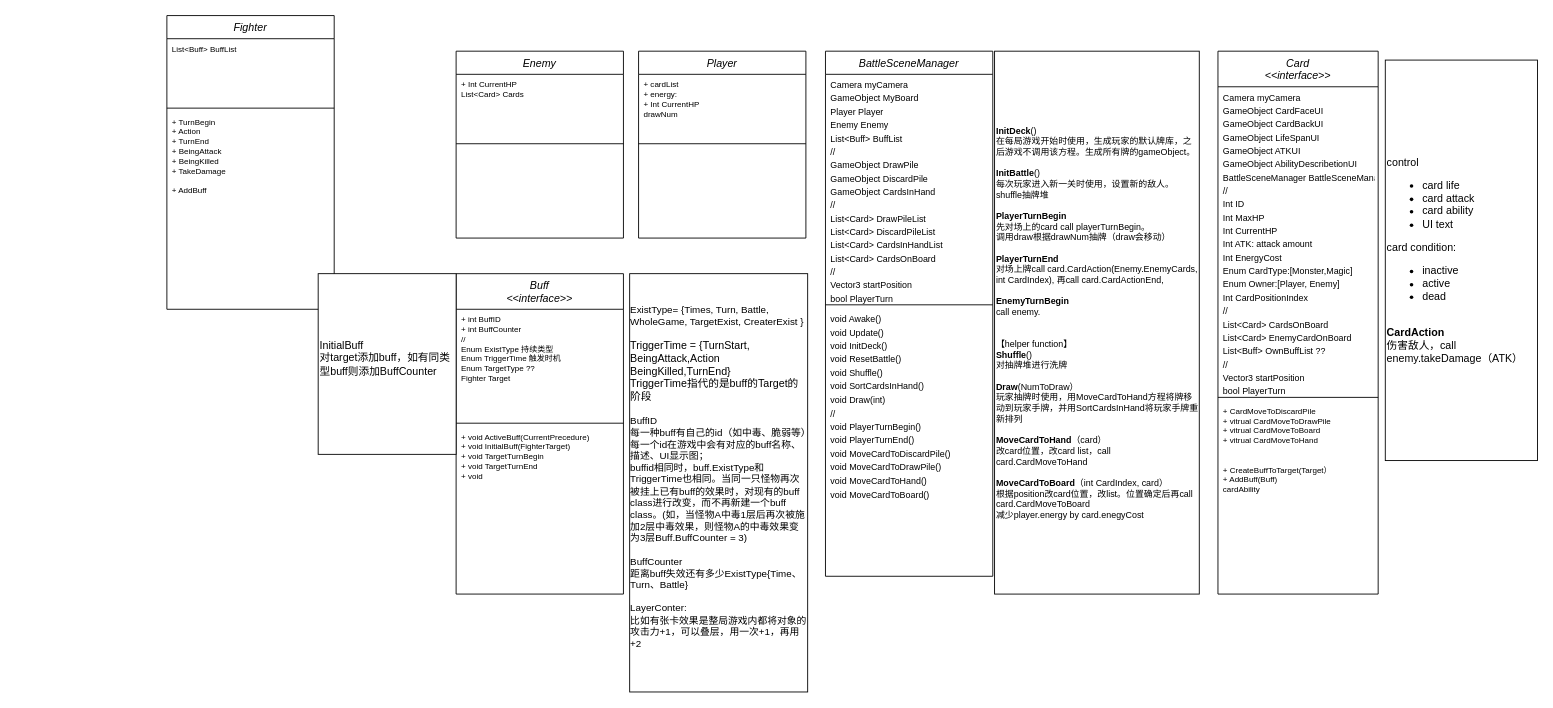
This is cardgame.drawio from yemiliey/ScuffTheSpire, a draw.io file, before an edit. Source tidied: cells renumbered, new cells numbered last; positions are measured from the earlier drawing's top-left corner, leaving out a move shared by most shapes. Both pictures are drawn from the tidied source at 89%, with x=0, y=0 at pixel (166, 15).
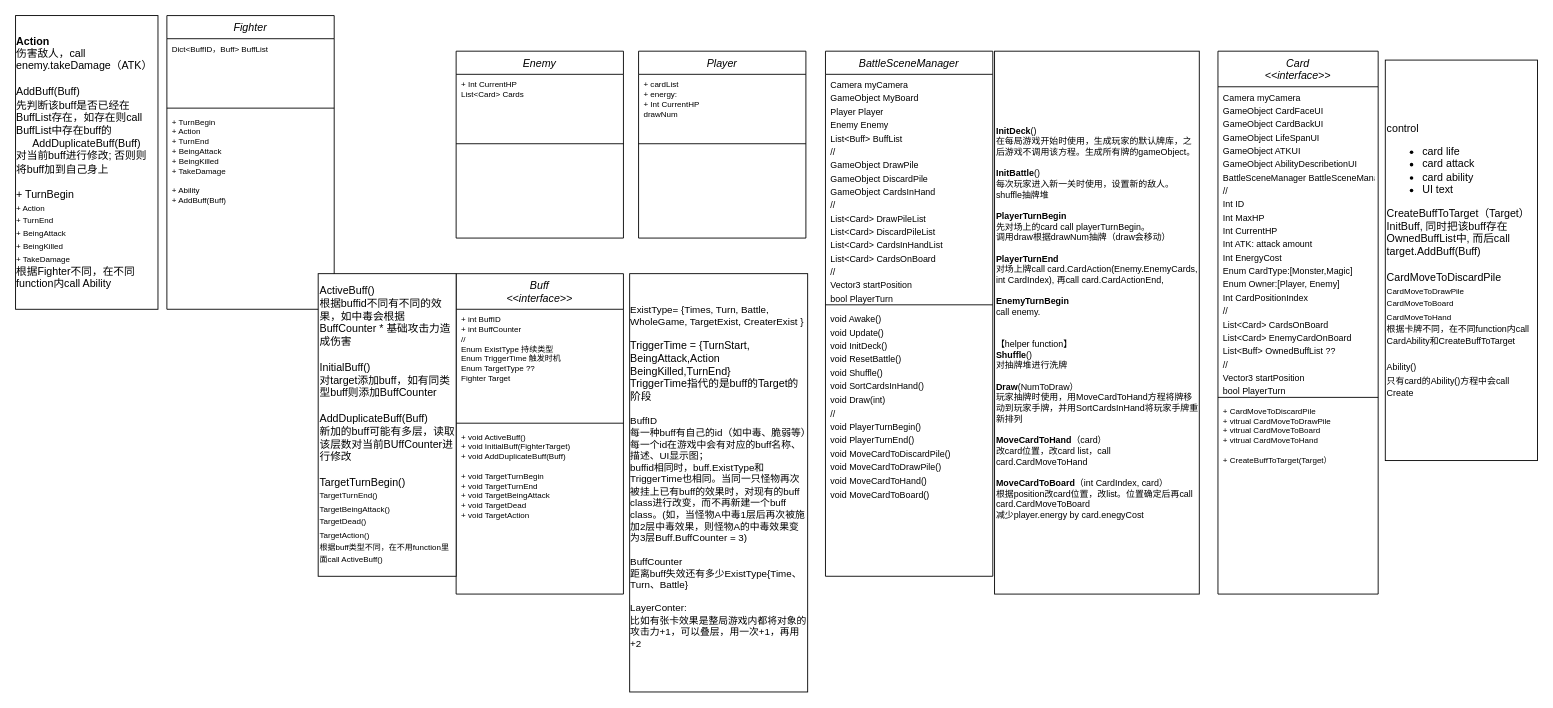
Above is the later version.

Unchanged cells that the change refers to:
```xml
<mxCell id="36" value="Card&#10;&lt;&lt;interface&gt;&gt;" style="swimlane;fontStyle=2;align=center;verticalAlign=top;horizontal=1;startSize=40;rounded=0;shadow=0;strokeWidth=1;fontSize=12;" parent="1" vertex="1">
  <mxGeometry x="1181" y="40" width="180" height="610" as="geometry" />
</mxCell>
<mxCell id="68" value="Buff&#10;&lt;&lt;interface&gt;&gt;" style="swimlane;fontStyle=2;align=center;verticalAlign=top;horizontal=1;startSize=40;rounded=0;shadow=0;strokeWidth=1;fontSize=12;" parent="1" vertex="1">
  <mxGeometry x="325" y="290" width="188" height="360" as="geometry" />
</mxCell>
<mxCell id="74" value="Fighter" style="swimlane;fontStyle=2;align=center;verticalAlign=top;horizontal=1;startSize=26;rounded=0;shadow=0;strokeWidth=1;fontSize=12;" parent="1" vertex="1">
  <mxGeometry width="188" height="330" as="geometry" />
</mxCell>
```

What changed in the source:
```diff
@@
-    <mxCell id="56" value="List&lt;Buff&gt; OwnBuffList ??" style="text;align=left;verticalAlign=top;spacingLeft=4;spacingRight=4;overflow=hidden;fontSize=10;" parent="36" vertex="1">
+    <mxCell id="56" value="List&lt;Buff&gt; OwnedBuffList ??" style="text;align=left;verticalAlign=top;spacingLeft=4;spacingRight=4;overflow=hidden;fontSize=10;" parent="36" vertex="1">
       <mxGeometry y="325" width="180" height="15" as="geometry" />
     </mxCell>
@@
-    <mxCell id="61" value="+ CardMoveToDiscardPile&#10;+ vitrual CardMoveToDrawPile&#10;+ vitrual CardMoveToBoard&#10;+ vitrual CardMoveToHand&#10;&#10;&#10;+ CreateBuffToTarget(Target）&#10;+ AddBuff(Buff)&#10;cardAbility&#10;" style="text;align=left;verticalAlign=top;spacingLeft=4;spacingRight=4;overflow=hidden;fontSize=9;spacing=2;spacingBottom=0;spacingTop=0;" parent="36" vertex="1">
+    <mxCell id="61" value="+ CardMoveToDiscardPile&#10;+ vitrual CardMoveToDrawPile&#10;+ vitrual CardMoveToBoard&#10;+ vitrual CardMoveToHand&#10;&#10;+ CreateBuffToTarget(Target）&#10;" style="text;align=left;verticalAlign=top;spacingLeft=4;spacingRight=4;overflow=hidden;fontSize=9;spacing=2;spacingBottom=0;spacingTop=0;" parent="36" vertex="1">
       <mxGeometry y="393" width="180" height="217" as="geometry" />
     </mxCell>
@@
-    <mxCell id="71" value="+ void ActiveBuff(CurrentPrecedure)&#10;+ void InitialBuff(FighterTarget)&#10;+ void TargetTurnBegin&#10;+ void TargetTurnEnd&#10;+ void &#10;" style="text;align=left;verticalAlign=top;spacingLeft=4;spacingRight=4;overflow=hidden;fontSize=9;" parent="68" vertex="1">
+    <mxCell id="71" value="+ void ActiveBuff()&#10;+ void InitialBuff(FighterTarget)&#10;+ void AddDuplicateBuff(Buff)&#10;&#10;+ void TargetTurnBegin&#10;+ void TargetTurnEnd&#10;+ void TargetBeingAttack&#10;+ void TargetDead&#10;+ void TargetAction&#10;" style="text;align=left;verticalAlign=top;spacingLeft=4;spacingRight=4;overflow=hidden;fontSize=9;" parent="68" vertex="1">
       <mxGeometry y="172" width="188" height="168" as="geometry" />
     </mxCell>
@@
-    <mxCell id="73" value="control&lt;br&gt;&lt;ul&gt;&lt;li&gt;card life&lt;/li&gt;&lt;li&gt;card attack&lt;/li&gt;&lt;li&gt;card ability&lt;/li&gt;&lt;li&gt;UI text&lt;/li&gt;&lt;/ul&gt;card condition:&lt;br&gt;&lt;ul&gt;&lt;li&gt;inactive&lt;/li&gt;&lt;li&gt;active&lt;/li&gt;&lt;li&gt;dead&lt;/li&gt;&lt;/ul&gt;&lt;div&gt;&lt;br&gt;&lt;/div&gt;&lt;div&gt;&lt;b&gt;CardAction&lt;/b&gt;&lt;/div&gt;&lt;div&gt;伤害敌人，call enemy.takeDamage（ATK）&lt;/div&gt;" style="rounded=0;whiteSpace=wrap;html=1;align=left;" parent="1" vertex="1">
+    <mxCell id="73" value="control&lt;br&gt;&lt;ul&gt;&lt;li&gt;card life&lt;/li&gt;&lt;li&gt;card attack&lt;/li&gt;&lt;li&gt;card ability&lt;/li&gt;&lt;li&gt;UI text&lt;/li&gt;&lt;/ul&gt;&lt;div&gt;CreateBuffToTarget（Target）&lt;/div&gt;&lt;div&gt;InitBuff, 同时把该buff存在OwnedBuffList中, 而后call target.AddBuff(Buff)&lt;/div&gt;&lt;div&gt;&lt;br&gt;&lt;/div&gt;&lt;div&gt;CardMoveToDiscardPile&lt;br style=&quot;border-color: var(--border-color); padding: 0px; margin: 0px; font-size: 9px;&quot;&gt;&lt;span style=&quot;font-size: 9px;&quot;&gt;CardMoveToDrawPile&lt;/span&gt;&lt;br style=&quot;border-color: var(--border-color); padding: 0px; margin: 0px; font-size: 9px;&quot;&gt;&lt;span style=&quot;font-size: 9px;&quot;&gt;CardMoveToBoard&lt;/span&gt;&lt;br style=&quot;border-color: var(--border-color); padding: 0px; margin: 0px; font-size: 9px;&quot;&gt;&lt;span style=&quot;font-size: 9px;&quot;&gt;CardMoveToHand&lt;/span&gt;&lt;br&gt;&lt;/div&gt;&lt;div&gt;&lt;font size=&quot;1&quot;&gt;根据卡牌不同，在不同function内call CardAbility和CreateBuffToTarget&lt;/font&gt;&lt;/div&gt;&lt;div&gt;&lt;font size=&quot;1&quot;&gt;&lt;br&gt;&lt;/font&gt;&lt;/div&gt;&lt;div&gt;&lt;font size=&quot;1&quot;&gt;Ability()&lt;/font&gt;&lt;/div&gt;&lt;div&gt;&lt;font size=&quot;1&quot;&gt;只有card的Ability()方程中会call Create&lt;/font&gt;&lt;/div&gt;" style="rounded=0;whiteSpace=wrap;html=1;align=left;" parent="1" vertex="1">
       <mxGeometry x="1369" y="50" width="171" height="450" as="geometry" />
     </mxCell>
@@
-    <mxCell id="75" value="List&lt;Buff&gt; BuffList" style="text;align=left;verticalAlign=top;spacingLeft=4;spacingRight=4;overflow=hidden;fontSize=9;" parent="74" vertex="1">
+    <mxCell id="75" value="Dict&lt;BuffID，Buff&gt; BuffList" style="text;align=left;verticalAlign=top;spacingLeft=4;spacingRight=4;overflow=hidden;fontSize=9;" parent="74" vertex="1">
       <mxGeometry y="26" width="188" height="74" as="geometry" />
     </mxCell>
@@
-    <mxCell id="77" value="+ TurnBegin&#10;+ Action&#10;+ TurnEnd&#10;+ BeingAttack&#10;+ BeingKilled&#10;+ TakeDamage&#10;&#10;+ AddBuff" style="text;align=left;verticalAlign=top;spacingLeft=4;spacingRight=4;overflow=hidden;fontSize=9;" parent="74" vertex="1">
+    <mxCell id="77" value="+ TurnBegin&#10;+ Action&#10;+ TurnEnd&#10;+ BeingAttack&#10;+ BeingKilled&#10;+ TakeDamage&#10;&#10;+ Ability&#10;+ AddBuff(Buff)" style="text;align=left;verticalAlign=top;spacingLeft=4;spacingRight=4;overflow=hidden;fontSize=9;" parent="74" vertex="1">
       <mxGeometry y="108" width="188" height="147" as="geometry" />
     </mxCell>
-    <mxCell id="78" value="InitialBuff&lt;br&gt;对target添加buff，如有同类型buff则添加BuffCounter&lt;br&gt;&lt;br&gt;" style="rounded=0;whiteSpace=wrap;html=1;align=left;" parent="1" vertex="1">
-      <mxGeometry x="170" y="290" width="155" height="203" as="geometry" />
+    <mxCell id="78" value="ActiveBuff()&lt;br&gt;根据buffid不同有不同的效果，如中毒会根据BuffCounter * 基础攻击力造成伤害&lt;br&gt;&lt;br&gt;InitialBuff()&lt;br&gt;对target添加buff，如有同类型buff则添加BuffCounter&lt;br&gt;&lt;br&gt;AddDuplicateBuff(Buff)&lt;br&gt;新加的buff可能有多层，读取该层数对当前BUffCounter进行修改&lt;br&gt;&lt;br&gt;TargetTurnBegin()&lt;br style=&quot;border-color: var(--border-color); padding: 0px; margin: 0px; font-size: 9px;&quot;&gt;&lt;span style=&quot;font-size: 9px;&quot;&gt;TargetTurnEnd()&lt;/span&gt;&lt;br style=&quot;border-color: var(--border-color); padding: 0px; margin: 0px; font-size: 9px;&quot;&gt;&lt;span style=&quot;font-size: 9px;&quot;&gt;TargetBeingAttack()&lt;/span&gt;&lt;br style=&quot;border-color: var(--border-color); padding: 0px; margin: 0px; font-size: 9px;&quot;&gt;&lt;span style=&quot;font-size: 9px;&quot;&gt;TargetDead()&lt;/span&gt;&lt;br style=&quot;border-color: var(--border-color); padding: 0px; margin: 0px; font-size: 9px;&quot;&gt;&lt;span style=&quot;font-size: 9px;&quot;&gt;TargetAction()&lt;br&gt;根据buff类型不同，在不用function里面call ActiveBuff()&lt;br&gt;&lt;/span&gt;" style="rounded=0;whiteSpace=wrap;html=1;align=left;" parent="1" vertex="1">
+      <mxGeometry x="170" y="290" width="155" height="340" as="geometry" />
     </mxCell>
+    <mxCell id="79" value="&lt;div style=&quot;border-color: var(--border-color); text-align: left;&quot;&gt;&lt;b style=&quot;border-color: var(--border-color);&quot;&gt;Action&lt;/b&gt;&lt;/div&gt;&lt;div style=&quot;border-color: var(--border-color); text-align: left;&quot;&gt;伤害敌人，call enemy.takeDamage（ATK）&lt;/div&gt;&lt;div style=&quot;border-color: var(--border-color); text-align: left;&quot;&gt;&lt;br&gt;&lt;/div&gt;&lt;div style=&quot;border-color: var(--border-color); text-align: left;&quot;&gt;AddBuff(Buff)&lt;/div&gt;&lt;div style=&quot;border-color: var(--border-color); text-align: left;&quot;&gt;先判断该buff是否已经在BuffList存在，如存在则call BuffList中存在buff的&lt;/div&gt;AddDuplicateBuff(Buff)&lt;br&gt;&lt;div style=&quot;border-color: var(--border-color); text-align: left;&quot;&gt;对当前buff进行修改; 否则则将&lt;span style=&quot;background-color: initial;&quot;&gt;buff加到自己身上&lt;/span&gt;&lt;/div&gt;&lt;div style=&quot;border-color: var(--border-color); text-align: left;&quot;&gt;&lt;span style=&quot;background-color: initial;&quot;&gt;&lt;br&gt;&lt;/span&gt;&lt;/div&gt;&lt;div style=&quot;border-color: var(--border-color); text-align: left;&quot;&gt;+ TurnBegin&lt;br style=&quot;border-color: var(--border-color); padding: 0px; margin: 0px; font-size: 9px;&quot;&gt;&lt;span style=&quot;font-size: 9px;&quot;&gt;+ Action&lt;/span&gt;&lt;br style=&quot;border-color: var(--border-color); padding: 0px; margin: 0px; font-size: 9px;&quot;&gt;&lt;span style=&quot;font-size: 9px;&quot;&gt;+ TurnEnd&lt;/span&gt;&lt;br style=&quot;border-color: var(--border-color); padding: 0px; margin: 0px; font-size: 9px;&quot;&gt;&lt;span style=&quot;font-size: 9px;&quot;&gt;+ BeingAttack&lt;/span&gt;&lt;br style=&quot;border-color: var(--border-color); padding: 0px; margin: 0px; font-size: 9px;&quot;&gt;&lt;span style=&quot;font-size: 9px;&quot;&gt;+ BeingKilled&lt;/span&gt;&lt;br style=&quot;border-color: var(--border-color); padding: 0px; margin: 0px; font-size: 9px;&quot;&gt;&lt;span style=&quot;font-size: 9px;&quot;&gt;+ TakeDamage&lt;/span&gt;&lt;span style=&quot;background-color: initial;&quot;&gt;&lt;br&gt;&lt;/span&gt;&lt;/div&gt;&lt;div style=&quot;border-color: var(--border-color); text-align: left;&quot;&gt;根据Fighter不同，在不同function内call Ability&lt;span style=&quot;background-color: initial;&quot;&gt;&lt;br&gt;&lt;/span&gt;&lt;/div&gt;" style="rounded=0;whiteSpace=wrap;html=1;" parent="1" vertex="1">
+      <mxGeometry x="-170" width="160" height="330" as="geometry" />
+    </mxCell>
```
